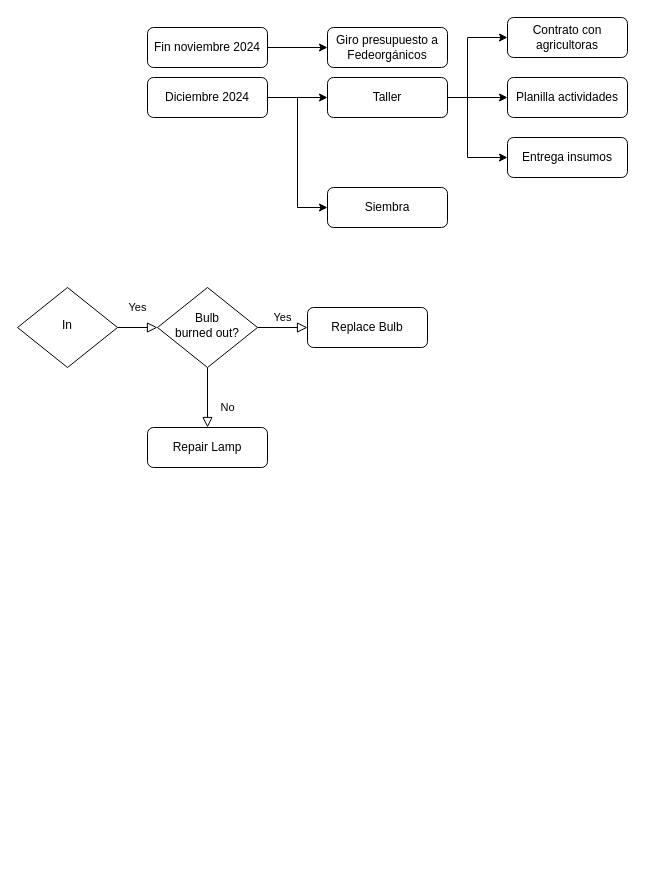
Above: actividadesrutaOrganica.drawio in agroecomakers/Diagrammes-miCampo (draw.io), before the change. Source tidied: cells renumbered, new cells numbered last; positions are measured from the earlier drawing's top-left corner, leaving out a move shared by most shapes. Both pictures are drawn from the tidied source at 100%, with x=0, y=0 at pixel (17, 17).
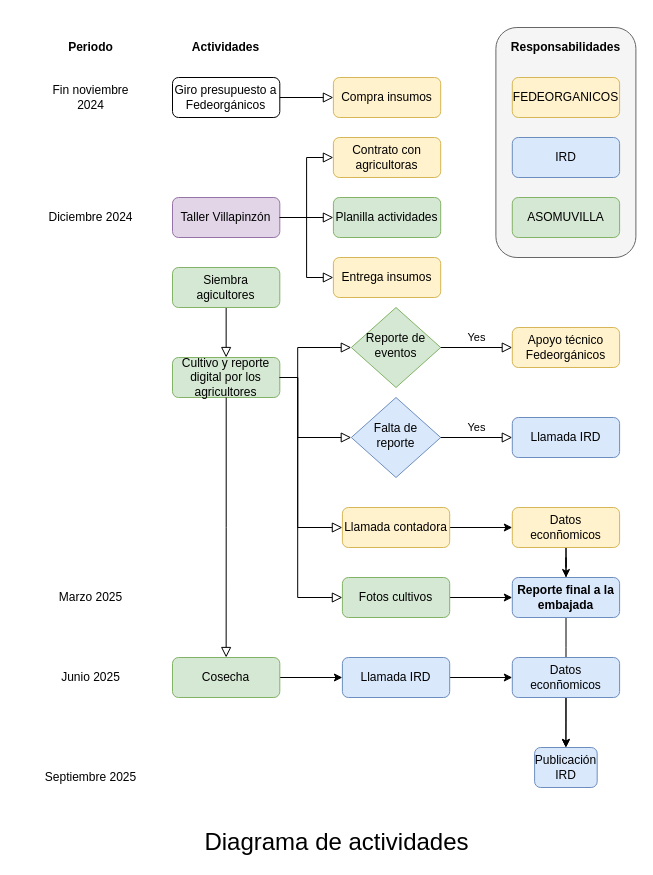
The same page after the edit.

Commit message (it also covers changes not shown here):
Mettre à jour actividadesrutaOrganica.drawio

What changed in the source:
```diff
@@
-    <mxCell id="2" style="edgeStyle=orthogonalEdgeStyle;rounded=0;jettySize=auto;html=1;" parent="1" edge="1" source="3" target="17">
-      <mxGeometry relative="1" as="geometry" />
-    </mxCell>
-    <mxCell id="3" value="&lt;div&gt;Diciembre 2024&lt;/div&gt;" style="rounded=1;whiteSpace=wrap;html=1;fontSize=12;glass=0;strokeWidth=1;shadow=0;" parent="1" vertex="1">
-      <mxGeometry x="130" y="60" width="120" height="40" as="geometry" />
-    </mxCell>
-    <mxCell id="4" value="Yes" style="rounded=0;html=1;jettySize=auto;fontSize=11;endArrow=block;endFill=0;endSize=8;strokeWidth=1;shadow=0;labelBackgroundColor=none;edgeStyle=orthogonalEdgeStyle;" parent="1" edge="1" source="5" target="9">
-      <mxGeometry y="20" relative="1" as="geometry" />
-    </mxCell>
+    <mxCell id="23" value="Diagrama de actividades" style="text;html=1;align=center;verticalAlign=middle;whiteSpace=wrap;rounded=0;fontSize=24;" parent="1" vertex="1">
+      <mxGeometry x="178.7" y="810" width="281" height="30" as="geometry" />
+    </mxCell>
+    <mxCell id="24" style="group;" parent="1" vertex="1">
+      <mxGeometry x="20" y="10" width="598.4" height="770" as="geometry" />
+    </mxCell>
+    <mxCell id="25" style="rounded=1;whiteSpace=wrap;html=1;fillColor=#f5f5f5;fontColor=#333333;strokeColor=#666666;" parent="24" vertex="1">
+      <mxGeometry x="458.4" width="140" height="230" as="geometry" />
+    </mxCell>
-    <mxCell id="5" value="In" style="rhombus;whiteSpace=wrap;html=1;shadow=0;fontFamily=Helvetica;fontSize=12;align=center;strokeWidth=1;spacing=6;spacingTop=-4;" parent="1" vertex="1">
-      <mxGeometry y="270" width="100" height="80" as="geometry" />
+    <mxCell id="5" value="Reporte de eventos" style="rhombus;whiteSpace=wrap;html=1;shadow=0;fontFamily=Helvetica;fontSize=12;align=center;strokeWidth=1;spacing=6;spacingTop=-4;fillColor=#d5e8d4;strokeColor=#82b366;" parent="24" vertex="1">
+      <mxGeometry x="313.8" y="280" width="89.4" height="80" as="geometry" />
     </mxCell>
-    <mxCell id="6" value="Planilla actividades" style="rounded=1;whiteSpace=wrap;html=1;fontSize=12;glass=0;strokeWidth=1;shadow=0;" parent="1" vertex="1">
-      <mxGeometry x="490" y="60" width="120" height="40" as="geometry" />
+    <mxCell id="6" value="Planilla actividades" style="rounded=1;whiteSpace=wrap;html=1;fontSize=12;glass=0;strokeWidth=1;shadow=0;fillColor=#d5e8d4;strokeColor=#82b366;" parent="24" vertex="1">
+      <mxGeometry x="295.9" y="170" width="107.3" height="40" as="geometry" />
     </mxCell>
-    <mxCell id="7" value="No" style="rounded=0;html=1;jettySize=auto;fontSize=11;endArrow=block;endFill=0;endSize=8;strokeWidth=1;shadow=0;labelBackgroundColor=none;edgeStyle=orthogonalEdgeStyle;" parent="1" edge="1" source="9" target="10">
+    <mxCell id="7" style="rounded=0;html=1;jettySize=auto;fontSize=11;endArrow=block;endFill=0;endSize=8;strokeWidth=1;shadow=0;labelBackgroundColor=none;edgeStyle=orthogonalEdgeStyle;" parent="24" edge="1" source="12" target="10">
       <mxGeometry x="0.33" y="20" relative="1" as="geometry" />
     </mxCell>
-    <mxCell id="8" value="Yes" style="edgeStyle=orthogonalEdgeStyle;rounded=0;html=1;jettySize=auto;fontSize=11;endArrow=block;endFill=0;endSize=8;strokeWidth=1;shadow=0;labelBackgroundColor=none;" parent="1" edge="1" source="9" target="11">
+    <mxCell id="8" value="Yes" style="edgeStyle=orthogonalEdgeStyle;rounded=0;html=1;jettySize=auto;fontSize=11;endArrow=block;endFill=0;endSize=8;strokeWidth=1;shadow=0;labelBackgroundColor=none;" parent="24" edge="1" source="5" target="11">
       <mxGeometry y="10" relative="1" as="geometry" />
     </mxCell>
-    <mxCell id="9" value="Bulb&lt;br&gt;burned out?" style="rhombus;whiteSpace=wrap;html=1;shadow=0;fontFamily=Helvetica;fontSize=12;align=center;strokeWidth=1;spacing=6;spacingTop=-4;" parent="1" vertex="1">
-      <mxGeometry x="140" y="270" width="100" height="80" as="geometry" />
+    <mxCell id="9" value="Falta de reporte" style="rhombus;whiteSpace=wrap;html=1;shadow=0;fontFamily=Helvetica;fontSize=12;align=center;strokeWidth=1;spacing=6;spacingTop=-4;fillColor=#dae8fc;strokeColor=#6c8ebf;" parent="24" vertex="1">
+      <mxGeometry x="313.8" y="370" width="89.4" height="80" as="geometry" />
     </mxCell>
-    <mxCell id="10" value="Repair Lamp" style="rounded=1;whiteSpace=wrap;html=1;fontSize=12;glass=0;strokeWidth=1;shadow=0;" parent="1" vertex="1">
-      <mxGeometry x="130" y="410" width="120" height="40" as="geometry" />
+    <mxCell id="10" value="Cultivo y reporte digital por los agricultores" style="rounded=1;whiteSpace=wrap;html=1;fontSize=12;glass=0;strokeWidth=1;shadow=0;fillColor=#d5e8d4;strokeColor=#82b366;" parent="24" vertex="1">
+      <mxGeometry x="135" y="330" width="107.3" height="40" as="geometry" />
     </mxCell>
-    <mxCell id="11" value="Replace Bulb" style="rounded=1;whiteSpace=wrap;html=1;fontSize=12;glass=0;strokeWidth=1;shadow=0;" parent="1" vertex="1">
-      <mxGeometry x="290" y="290" width="120" height="40" as="geometry" />
+    <mxCell id="11" value="Apoyo técnico Fedeorgánicos" style="rounded=1;whiteSpace=wrap;html=1;fontSize=12;glass=0;strokeWidth=1;shadow=0;fillColor=#fff2cc;strokeColor=#d6b656;" parent="24" vertex="1">
+      <mxGeometry x="474.8" y="300" width="107.3" height="40" as="geometry" />
     </mxCell>
-    <mxCell id="12" value="Siembra" style="rounded=1;whiteSpace=wrap;html=1;fontSize=12;glass=0;strokeWidth=1;shadow=0;" parent="1" vertex="1">
-      <mxGeometry x="310" y="170" width="120" height="40" as="geometry" />
+    <mxCell id="12" value="Siembra agicultores" style="rounded=1;whiteSpace=wrap;html=1;fontSize=12;glass=0;strokeWidth=1;shadow=0;fillColor=#d5e8d4;strokeColor=#82b366;" parent="24" vertex="1">
+      <mxGeometry x="135" y="240" width="107.3" height="40" as="geometry" />
     </mxCell>
-    <mxCell id="13" style="edgeStyle=orthogonalEdgeStyle;rounded=0;jettySize=auto;html=1;" parent="1" edge="1" source="14" target="15">
-      <mxGeometry relative="1" as="geometry" />
-    </mxCell>
-    <mxCell id="14" value="&lt;div&gt;Fin noviembre 2024&lt;/div&gt;" style="rounded=1;whiteSpace=wrap;html=1;fontSize=12;glass=0;strokeWidth=1;shadow=0;" parent="1" vertex="1">
-      <mxGeometry x="130" y="10" width="120" height="40" as="geometry" />
-    </mxCell>
-    <mxCell id="15" value="Giro presupuesto a Fedeorgánicos" style="rounded=1;whiteSpace=wrap;html=1;fontSize=12;glass=0;strokeWidth=1;shadow=0;" parent="1" vertex="1">
-      <mxGeometry x="310" y="10" width="120" height="40" as="geometry" />
+    <mxCell id="15" value="Giro presupuesto a Fedeorgánicos" style="rounded=1;whiteSpace=wrap;html=1;fontSize=12;glass=0;strokeWidth=1;shadow=0;" parent="24" vertex="1">
+      <mxGeometry x="135" y="50" width="107.3" height="40" as="geometry" />
     </mxCell>
-    <mxCell id="16" style="edgeStyle=orthogonalEdgeStyle;rounded=0;jettySize=auto;html=1;" parent="1" edge="1" target="6">
-      <mxGeometry relative="1" as="geometry">
-        <mxPoint x="450" y="80" as="sourcePoint" />
-        <Array as="points">
-          <mxPoint x="500" y="80" />
-          <mxPoint x="500" y="80" />
-        </Array>
-      </mxGeometry>
-    </mxCell>
-    <mxCell id="17" value="Taller" style="whiteSpace=wrap;html=1;rounded=1;glass=0;strokeWidth=1;shadow=0;" parent="1" vertex="1">
-      <mxGeometry x="310" y="60" width="120" height="40" as="geometry" />
+    <mxCell id="17" value="Taller Villapinzón" style="whiteSpace=wrap;html=1;rounded=1;glass=0;strokeWidth=1;shadow=0;fillColor=#e1d5e7;strokeColor=#9673a6;" parent="24" vertex="1">
+      <mxGeometry x="135" y="170" width="107.3" height="40" as="geometry" />
     </mxCell>
-    <mxCell id="18" style="edgeStyle=orthogonalEdgeStyle;rounded=0;jettySize=auto;html=1;" parent="1" edge="1" source="17" target="19">
-      <mxGeometry relative="1" as="geometry">
-        <Array as="points">
-          <mxPoint x="450" y="80" />
-          <mxPoint x="450" y="140" />
-        </Array>
-      </mxGeometry>
-    </mxCell>
-    <mxCell id="19" value="Entrega insumos" style="rounded=1;whiteSpace=wrap;html=1;fontSize=12;glass=0;strokeWidth=1;shadow=0;" parent="1" vertex="1">
-      <mxGeometry x="490" y="120" width="120" height="40" as="geometry" />
+    <mxCell id="19" value="Entrega insumos" style="rounded=1;whiteSpace=wrap;html=1;fontSize=12;glass=0;strokeWidth=1;shadow=0;fillColor=#fff2cc;strokeColor=#d6b656;" parent="24" vertex="1">
+      <mxGeometry x="295.9" y="230" width="107.3" height="40" as="geometry" />
     </mxCell>
-    <mxCell id="20" style="edgeStyle=orthogonalEdgeStyle;rounded=0;jettySize=auto;html=1;entryX=0;entryY=0.5;entryDx=0;entryDy=0;exitX=1;exitY=0.5;exitDx=0;exitDy=0;" parent="1" edge="1" source="3" target="12">
-      <mxGeometry relative="1" as="geometry" />
-    </mxCell>
-    <mxCell id="21" value="Contrato con agricultoras" style="rounded=1;whiteSpace=wrap;html=1;fontSize=12;glass=0;strokeWidth=1;shadow=0;" parent="1" vertex="1">
-      <mxGeometry x="490" width="120" height="40" as="geometry" />
+    <mxCell id="21" value="Contrato con agricultoras" style="rounded=1;whiteSpace=wrap;html=1;fontSize=12;glass=0;strokeWidth=1;shadow=0;fillColor=#fff2cc;strokeColor=#d6b656;" parent="24" vertex="1">
+      <mxGeometry x="295.9" y="110" width="107.3" height="40" as="geometry" />
     </mxCell>
-    <mxCell id="22" style="edgeStyle=orthogonalEdgeStyle;rounded=0;jettySize=auto;html=1;entryX=0;entryY=0.5;entryDx=0;entryDy=0;exitX=1;exitY=0.5;exitDx=0;exitDy=0;" parent="1" edge="1" source="17" target="21">
-      <mxGeometry relative="1" as="geometry">
-        <Array as="points">
-          <mxPoint x="450" y="80" />
-          <mxPoint x="450" y="20" />
-        </Array>
-      </mxGeometry>
+    <mxCell id="22" style="rounded=0;html=1;jettySize=auto;fontSize=11;endArrow=block;endFill=0;endSize=8;strokeWidth=1;shadow=0;labelBackgroundColor=none;edgeStyle=orthogonalEdgeStyle;entryX=0;entryY=0.5;entryDx=0;entryDy=0;exitX=1;exitY=0.5;exitDx=0;exitDy=0;" parent="24" edge="1" source="17" target="21">
+      <mxGeometry y="20" relative="1" as="geometry" />
     </mxCell>
+    <mxCell id="26" style="rounded=0;html=1;jettySize=auto;fontSize=11;endArrow=block;endFill=0;endSize=8;strokeWidth=1;shadow=0;labelBackgroundColor=none;edgeStyle=orthogonalEdgeStyle;exitX=1;exitY=0.5;exitDx=0;exitDy=0;" parent="24" edge="1" source="17" target="6">
+      <mxGeometry y="20" relative="1" as="geometry" />
+    </mxCell>
+    <mxCell id="18" style="rounded=0;html=1;jettySize=auto;fontSize=11;endArrow=block;endFill=0;endSize=8;strokeWidth=1;shadow=0;labelBackgroundColor=none;edgeStyle=orthogonalEdgeStyle;entryX=0;entryY=0.5;entryDx=0;entryDy=0;exitX=1;exitY=0.5;exitDx=0;exitDy=0;" parent="24" edge="1" source="17" target="19">
+      <mxGeometry y="20" relative="1" as="geometry" />
+    </mxCell>
+    <mxCell id="27" value="Compra insumos" style="rounded=1;whiteSpace=wrap;html=1;fontSize=12;glass=0;strokeWidth=1;shadow=0;fillColor=#fff2cc;strokeColor=#d6b656;" parent="24" vertex="1">
+      <mxGeometry x="295.9" y="50" width="107.3" height="40" as="geometry" />
+    </mxCell>
+    <mxCell id="28" style="rounded=0;html=1;jettySize=auto;fontSize=11;endArrow=block;endFill=0;endSize=8;strokeWidth=1;shadow=0;labelBackgroundColor=none;edgeStyle=orthogonalEdgeStyle;exitX=1;exitY=0.5;exitDx=0;exitDy=0;" parent="24" edge="1" source="15" target="27">
+      <mxGeometry y="20" relative="1" as="geometry" />
+    </mxCell>
+    <mxCell id="29" style="rounded=0;html=1;jettySize=auto;fontSize=11;endArrow=block;endFill=0;endSize=8;strokeWidth=1;shadow=0;labelBackgroundColor=none;edgeStyle=orthogonalEdgeStyle;exitX=1;exitY=0.5;exitDx=0;exitDy=0;" parent="24" edge="1" source="10" target="5">
+      <mxGeometry y="20" relative="1" as="geometry">
+        <Array as="points">
+          <mxPoint x="260.2" y="350" />
+          <mxPoint x="260.2" y="320" />
+        </Array>
+      </mxGeometry>
+    </mxCell>
+    <mxCell id="30" style="rounded=0;html=1;jettySize=auto;fontSize=11;endArrow=block;endFill=0;endSize=8;strokeWidth=1;shadow=0;labelBackgroundColor=none;edgeStyle=orthogonalEdgeStyle;exitX=1;exitY=0.5;exitDx=0;exitDy=0;" parent="24" edge="1" source="10" target="9">
+      <mxGeometry y="20" relative="1" as="geometry">
+        <Array as="points">
+          <mxPoint x="260.2" y="350" />
+          <mxPoint x="260.2" y="410" />
+        </Array>
+      </mxGeometry>
+    </mxCell>
+    <mxCell id="4" value="Yes" style="edgeStyle=orthogonalEdgeStyle;rounded=0;html=1;jettySize=auto;fontSize=11;endArrow=block;endFill=0;endSize=8;strokeWidth=1;shadow=0;labelBackgroundColor=none;" parent="24" edge="1" source="9" target="31">
+      <mxGeometry y="10" relative="1" as="geometry" />
+    </mxCell>
+    <mxCell id="31" value="Llamada IRD" style="rounded=1;whiteSpace=wrap;html=1;fontSize=12;glass=0;strokeWidth=1;shadow=0;fillColor=#dae8fc;strokeColor=#6c8ebf;" parent="24" vertex="1">
+      <mxGeometry x="474.8" y="390" width="107.3" height="40" as="geometry" />
+    </mxCell>
+    <mxCell id="32" style="rounded=0;html=1;jettySize=auto;fontSize=11;endArrow=block;endFill=0;endSize=8;strokeWidth=1;shadow=0;labelBackgroundColor=none;edgeStyle=orthogonalEdgeStyle;entryX=0.5;entryY=0;entryDx=0;entryDy=0;" parent="24" edge="1" source="10" target="35">
+      <mxGeometry x="0.33" y="20" relative="1" as="geometry" />
+    </mxCell>
+    <mxCell id="33" style="edgeStyle=orthogonalEdgeStyle;rounded=0;jettySize=auto;html=1;" parent="24" edge="1" source="35" target="43">
+      <mxGeometry relative="1" as="geometry" />
+    </mxCell>
+    <mxCell id="34" style="edgeStyle=orthogonalEdgeStyle;rounded=0;jettySize=auto;html=1;" parent="24" edge="1" source="44" target="45">
+      <mxGeometry relative="1" as="geometry" />
+    </mxCell>
+    <mxCell id="35" value="Cosecha" style="rounded=1;whiteSpace=wrap;html=1;fontSize=12;glass=0;strokeWidth=1;shadow=0;fillColor=#d5e8d4;strokeColor=#82b366;" parent="24" vertex="1">
+      <mxGeometry x="135" y="630" width="107.3" height="40" as="geometry" />
+    </mxCell>
+    <mxCell id="36" style="edgeStyle=orthogonalEdgeStyle;rounded=0;jettySize=auto;html=1;" parent="24" edge="1" source="37" target="40">
+      <mxGeometry relative="1" as="geometry" />
+    </mxCell>
+    <mxCell id="37" value="Llamada contadora" style="rounded=1;whiteSpace=wrap;html=1;fontSize=12;glass=0;strokeWidth=1;shadow=0;fillColor=#fff2cc;strokeColor=#d6b656;" parent="24" vertex="1">
+      <mxGeometry x="304.9" y="480" width="107.3" height="40" as="geometry" />
+    </mxCell>
+    <mxCell id="38" style="edgeStyle=orthogonalEdgeStyle;rounded=0;jettySize=auto;html=1;" parent="24" edge="1" source="40" target="45">
+      <mxGeometry relative="1" as="geometry" />
+    </mxCell>
+    <mxCell id="39" style="edgeStyle=orthogonalEdgeStyle;rounded=0;jettySize=auto;html=1;" parent="24" edge="1" source="40" target="49">
+      <mxGeometry relative="1" as="geometry" />
+    </mxCell>
+    <mxCell id="40" value="Datos econñomicos" style="rounded=1;whiteSpace=wrap;html=1;fontSize=12;glass=0;strokeWidth=1;shadow=0;fillColor=#fff2cc;strokeColor=#d6b656;" parent="24" vertex="1">
+      <mxGeometry x="474.8" y="480" width="107.3" height="40" as="geometry" />
+    </mxCell>
+    <mxCell id="41" style="rounded=0;html=1;jettySize=auto;fontSize=11;endArrow=block;endFill=0;endSize=8;strokeWidth=1;shadow=0;labelBackgroundColor=none;edgeStyle=orthogonalEdgeStyle;entryX=0;entryY=0.5;entryDx=0;entryDy=0;" parent="24" edge="1" source="10" target="37">
+      <mxGeometry x="0.33" y="20" relative="1" as="geometry">
+        <Array as="points">
+          <mxPoint x="260.2" y="350" />
+          <mxPoint x="260.2" y="500" />
+        </Array>
+      </mxGeometry>
+    </mxCell>
+    <mxCell id="42" style="edgeStyle=orthogonalEdgeStyle;rounded=0;jettySize=auto;html=1;" parent="24" edge="1" source="43" target="44">
+      <mxGeometry relative="1" as="geometry" />
+    </mxCell>
+    <mxCell id="43" value="Llamada IRD" style="rounded=1;whiteSpace=wrap;html=1;fontSize=12;glass=0;strokeWidth=1;shadow=0;fillColor=#dae8fc;strokeColor=#6c8ebf;" parent="24" vertex="1">
+      <mxGeometry x="304.9" y="630" width="107.3" height="40" as="geometry" />
+    </mxCell>
+    <mxCell id="44" value="Datos econñomicos" style="rounded=1;whiteSpace=wrap;html=1;fontSize=12;glass=0;strokeWidth=1;shadow=0;fillColor=#dae8fc;strokeColor=#6c8ebf;" parent="24" vertex="1">
+      <mxGeometry x="474.8" y="630" width="107.3" height="40" as="geometry" />
+    </mxCell>
+    <mxCell id="45" value="Publicación IRD" style="rounded=1;whiteSpace=wrap;html=1;fontSize=12;glass=0;strokeWidth=1;shadow=0;fillColor=#dae8fc;strokeColor=#6c8ebf;" parent="24" vertex="1">
+      <mxGeometry x="497.1" y="720" width="62.6" height="40" as="geometry" />
+    </mxCell>
+    <mxCell id="46" style="edgeStyle=orthogonalEdgeStyle;rounded=0;jettySize=auto;html=1;" parent="24" edge="1" source="47" target="49">
+      <mxGeometry relative="1" as="geometry" />
+    </mxCell>
+    <mxCell id="47" value="Fotos cultivos" style="rounded=1;whiteSpace=wrap;html=1;fontSize=12;glass=0;strokeWidth=1;shadow=0;fillColor=#d5e8d4;strokeColor=#82b366;" parent="24" vertex="1">
+      <mxGeometry x="304.9" y="550" width="107.3" height="40" as="geometry" />
+    </mxCell>
+    <mxCell id="48" style="rounded=0;html=1;jettySize=auto;fontSize=11;endArrow=block;endFill=0;endSize=8;strokeWidth=1;shadow=0;labelBackgroundColor=none;edgeStyle=orthogonalEdgeStyle;" parent="24" edge="1" source="10" target="47">
+      <mxGeometry x="0.33" y="20" relative="1" as="geometry">
+        <Array as="points">
+          <mxPoint x="260.2" y="350" />
+          <mxPoint x="260.2" y="570" />
+        </Array>
+      </mxGeometry>
+    </mxCell>
+    <mxCell id="49" value="&lt;b&gt;Reporte final a la embajada &lt;br&gt;&lt;/b&gt;" style="rounded=1;whiteSpace=wrap;html=1;fontSize=12;glass=0;strokeWidth=1;shadow=0;fillColor=#dae8fc;strokeColor=#6c8ebf;" parent="24" vertex="1">
+      <mxGeometry x="474.8" y="550" width="107.3" height="40" as="geometry" />
+    </mxCell>
+    <mxCell id="50" value="Actividades" style="rounded=1;whiteSpace=wrap;html=1;fontSize=12;glass=0;strokeWidth=1;shadow=0;strokeColor=none;fontStyle=1;" parent="24" vertex="1">
+      <mxGeometry x="135" width="107.3" height="40" as="geometry" />
+    </mxCell>
+    <mxCell id="51" value="FEDEORGANICOS" style="rounded=1;whiteSpace=wrap;html=1;fontSize=12;glass=0;strokeWidth=1;shadow=0;fillColor=#fff2cc;strokeColor=#d6b656;" parent="24" vertex="1">
+      <mxGeometry x="474.8" y="50" width="107.3" height="40" as="geometry" />
+    </mxCell>
+    <mxCell id="52" value="IRD" style="rounded=1;whiteSpace=wrap;html=1;fontSize=12;glass=0;strokeWidth=1;shadow=0;fillColor=#dae8fc;strokeColor=#6c8ebf;" parent="24" vertex="1">
+      <mxGeometry x="474.8" y="110" width="107.3" height="40" as="geometry" />
+    </mxCell>
+    <mxCell id="53" value="ASOMUVILLA" style="rounded=1;whiteSpace=wrap;html=1;fontSize=12;glass=0;strokeWidth=1;shadow=0;fillColor=#d5e8d4;strokeColor=#82b366;" parent="24" vertex="1">
+      <mxGeometry x="474.8" y="170" width="107.3" height="40" as="geometry" />
+    </mxCell>
+    <mxCell id="54" value="Responsabilidades" style="rounded=1;whiteSpace=wrap;html=1;fontSize=12;glass=0;strokeWidth=1;shadow=0;strokeColor=none;fontStyle=1;fillColor=none;" parent="24" vertex="1">
+      <mxGeometry x="474.8" width="107.3" height="40" as="geometry" />
+    </mxCell>
+    <mxCell id="3" value="&lt;div&gt;Diciembre 2024&lt;/div&gt;" style="rounded=1;whiteSpace=wrap;html=1;fontSize=12;glass=0;strokeWidth=1;shadow=0;strokeColor=none;" parent="24" vertex="1">
+      <mxGeometry y="170" width="107.3" height="40" as="geometry" />
+    </mxCell>
+    <mxCell id="14" value="&lt;div&gt;Fin noviembre 2024&lt;/div&gt;" style="rounded=1;whiteSpace=wrap;html=1;fontSize=12;glass=0;strokeWidth=1;shadow=0;strokeColor=none;" parent="24" vertex="1">
+      <mxGeometry y="50" width="107.3" height="40" as="geometry" />
+    </mxCell>
+    <mxCell id="55" value="Marzo 2025" style="rounded=1;whiteSpace=wrap;html=1;fontSize=12;glass=0;strokeWidth=1;shadow=0;strokeColor=none;" parent="24" vertex="1">
+      <mxGeometry y="550" width="107.3" height="40" as="geometry" />
+    </mxCell>
+    <mxCell id="56" value="Junio 2025" style="rounded=1;whiteSpace=wrap;html=1;fontSize=12;glass=0;strokeWidth=1;shadow=0;strokeColor=none;" parent="24" vertex="1">
+      <mxGeometry y="630" width="107.3" height="40" as="geometry" />
+    </mxCell>
+    <mxCell id="57" value="Septiembre 2025" style="rounded=1;whiteSpace=wrap;html=1;fontSize=12;glass=0;strokeWidth=1;shadow=0;strokeColor=none;" parent="24" vertex="1">
+      <mxGeometry y="730" width="107.3" height="40" as="geometry" />
+    </mxCell>
+    <mxCell id="58" value="Periodo" style="rounded=1;whiteSpace=wrap;html=1;fontSize=12;glass=0;strokeWidth=1;shadow=0;strokeColor=none;fontStyle=1;" parent="24" vertex="1">
+      <mxGeometry width="107.3" height="40" as="geometry" />
+    </mxCell>
```
